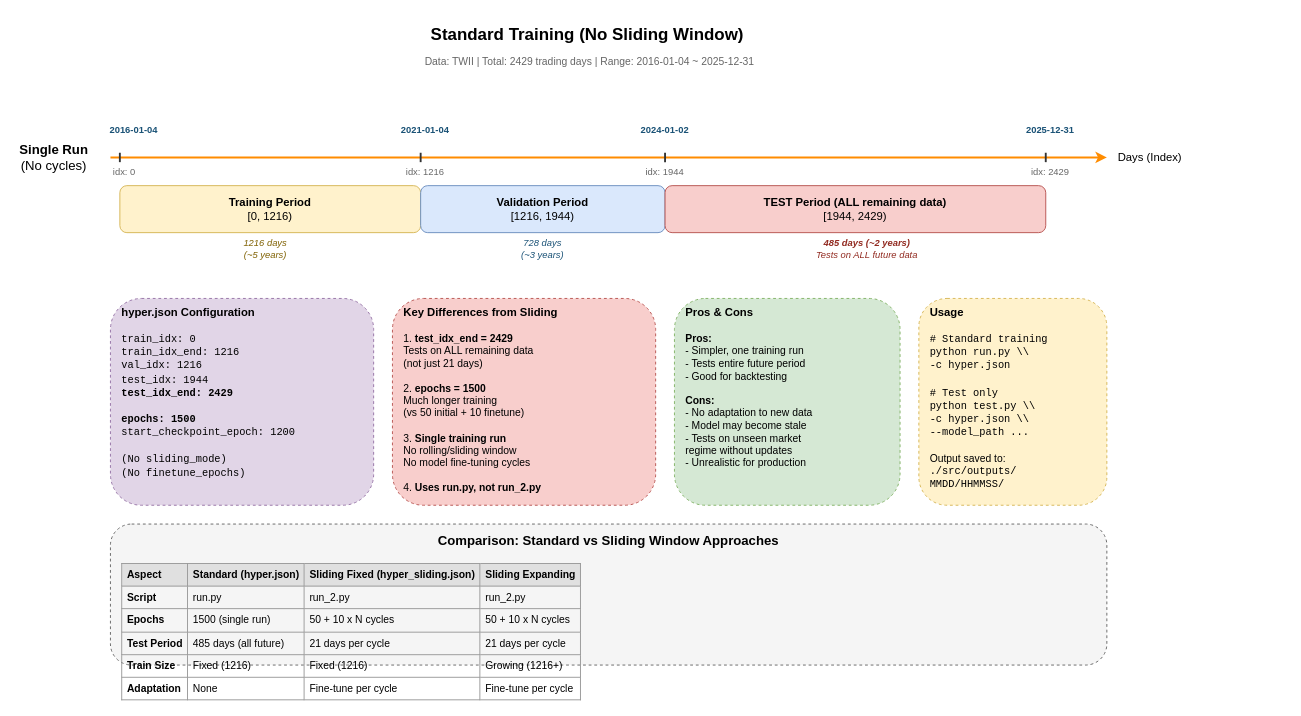
Above: page "3. No Sliding (hyper.json - Standard)" (3 of 3) of docs/sliding_window_modes.drawio in JunTingLin/DeepTrader (draw.io), before the change. Source tidied: cells renumbered, new cells numbered last; positions are measured from the earlier drawing's top-left corner, leaving out a move shared by most shapes. Both pictures are drawn from the tidied source at 94%, with x=0, y=0 at pixel (16, 16).
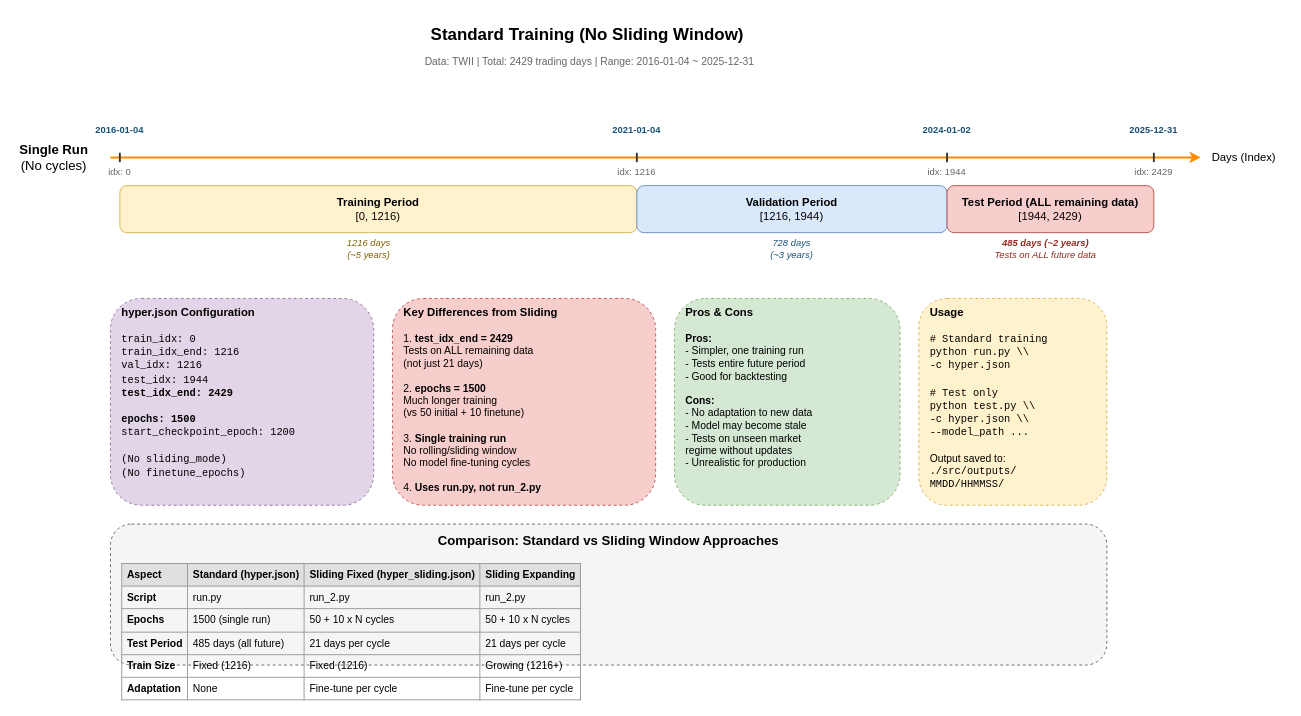
After the change.

Diff of the diagram source:
```diff
@@
     <mxCell id="5" style="endArrow=classic;html=1;strokeWidth=2;strokeColor=#FF8C00;" parent="1" edge="1">
       <mxGeometry relative="1" as="geometry">
         <mxPoint x="100" y="150" as="sourcePoint" />
-        <mxPoint x="1160" y="150" as="targetPoint" />
+        <mxPoint x="1260" y="150" as="targetPoint" />
       </mxGeometry>
     </mxCell>
     <mxCell id="6" value="Days (Index)" style="text;html=1;strokeColor=none;fillColor=none;align=left;verticalAlign=middle;whiteSpace=wrap;rounded=0;fontSize=12;" parent="1" vertex="1">
-      <mxGeometry x="1170" y="140" width="80" height="20" as="geometry" />
+      <mxGeometry x="1270" y="140" width="80" height="20" as="geometry" />
     </mxCell>
     <mxCell id="7" value="&lt;b&gt;2016-01-04&lt;/b&gt;" style="text;html=1;strokeColor=none;fillColor=none;align=center;verticalAlign=middle;whiteSpace=wrap;rounded=0;fontSize=10;fontColor=#1a5276;" parent="1" vertex="1">
-      <mxGeometry x="85" y="110" width="80" height="20" as="geometry" />
+      <mxGeometry x="70" y="110" width="80" height="20" as="geometry" />
     </mxCell>
     <mxCell id="8" value="&lt;b&gt;2021-01-04&lt;/b&gt;" style="text;html=1;strokeColor=none;fillColor=none;align=center;verticalAlign=middle;whiteSpace=wrap;rounded=0;fontSize=10;fontColor=#1a5276;" parent="1" vertex="1">
-      <mxGeometry x="395" y="110" width="80" height="20" as="geometry" />
+      <mxGeometry x="620" y="110" width="80" height="20" as="geometry" />
     </mxCell>
     <mxCell id="9" value="&lt;b&gt;2024-01-02&lt;/b&gt;" style="text;html=1;strokeColor=none;fillColor=none;align=center;verticalAlign=middle;whiteSpace=wrap;rounded=0;fontSize=10;fontColor=#1a5276;" parent="1" vertex="1">
-      <mxGeometry x="650" y="110" width="80" height="20" as="geometry" />
+      <mxGeometry x="950" y="110" width="80" height="20" as="geometry" />
     </mxCell>
     <mxCell id="10" value="&lt;b&gt;2025-12-31&lt;/b&gt;" style="text;html=1;strokeColor=none;fillColor=none;align=center;verticalAlign=middle;whiteSpace=wrap;rounded=0;fontSize=10;fontColor=#1a5276;" parent="1" vertex="1">
-      <mxGeometry x="1060" y="110" width="80" height="20" as="geometry" />
+      <mxGeometry x="1170" y="110" width="80" height="20" as="geometry" />
     </mxCell>
     <mxCell id="11" value="idx: 0" style="text;html=1;strokeColor=none;fillColor=none;align=center;verticalAlign=middle;whiteSpace=wrap;rounded=0;fontSize=10;fontColor=#666666;" parent="1" vertex="1">
-      <mxGeometry x="90" y="155" width="50" height="20" as="geometry" />
+      <mxGeometry x="85" y="155" width="50" height="20" as="geometry" />
     </mxCell>
     <mxCell id="12" value="idx: 1216" style="text;html=1;strokeColor=none;fillColor=none;align=center;verticalAlign=middle;whiteSpace=wrap;rounded=0;fontSize=10;fontColor=#666666;" parent="1" vertex="1">
-      <mxGeometry x="405" y="155" width="60" height="20" as="geometry" />
+      <mxGeometry x="630" y="155" width="60" height="20" as="geometry" />
     </mxCell>
     <mxCell id="13" value="idx: 1944" style="text;html=1;strokeColor=none;fillColor=none;align=center;verticalAlign=middle;whiteSpace=wrap;rounded=0;fontSize=10;fontColor=#666666;" parent="1" vertex="1">
-      <mxGeometry x="660" y="155" width="60" height="20" as="geometry" />
+      <mxGeometry x="960" y="155" width="60" height="20" as="geometry" />
     </mxCell>
     <mxCell id="14" value="idx: 2429" style="text;html=1;strokeColor=none;fillColor=none;align=center;verticalAlign=middle;whiteSpace=wrap;rounded=0;fontSize=10;fontColor=#666666;" parent="1" vertex="1">
-      <mxGeometry x="1070" y="155" width="60" height="20" as="geometry" />
+      <mxGeometry x="1180" y="155" width="60" height="20" as="geometry" />
     </mxCell>
@@
     <mxCell id="16" style="endArrow=none;html=1;strokeWidth=2;strokeColor=#333333;" parent="1" edge="1">
       <mxGeometry relative="1" as="geometry">
-        <mxPoint x="430" y="145" as="sourcePoint" />
-        <mxPoint x="430" y="155" as="targetPoint" />
+        <mxPoint x="660" y="145" as="sourcePoint" />
+        <mxPoint x="660" y="155" as="targetPoint" />
       </mxGeometry>
     </mxCell>
     <mxCell id="17" style="endArrow=none;html=1;strokeWidth=2;strokeColor=#333333;" parent="1" edge="1">
       <mxGeometry relative="1" as="geometry">
-        <mxPoint x="690" y="145" as="sourcePoint" />
-        <mxPoint x="690" y="155" as="targetPoint" />
+        <mxPoint x="990" y="145" as="sourcePoint" />
+        <mxPoint x="990" y="155" as="targetPoint" />
       </mxGeometry>
     </mxCell>
     <mxCell id="18" style="endArrow=none;html=1;strokeWidth=2;strokeColor=#333333;" parent="1" edge="1">
       <mxGeometry relative="1" as="geometry">
-        <mxPoint x="1095" y="145" as="sourcePoint" />
-        <mxPoint x="1095" y="155" as="targetPoint" />
+        <mxPoint x="1210" y="145" as="sourcePoint" />
+        <mxPoint x="1210" y="155" as="targetPoint" />
       </mxGeometry>
     </mxCell>
     <mxCell id="19" value="&lt;b&gt;Training Period&lt;/b&gt;&lt;br&gt;[0, 1216)" style="rounded=1;whiteSpace=wrap;html=1;fillColor=#fff2cc;strokeColor=#d6b656;fontSize=12;" parent="1" vertex="1">
-      <mxGeometry x="110" y="180" width="320" height="50" as="geometry" />
+      <mxGeometry x="110" y="180" width="550" height="50" as="geometry" />
     </mxCell>
     <mxCell id="20" value="&lt;b&gt;Validation Period&lt;/b&gt;&lt;br&gt;[1216, 1944)" style="rounded=1;whiteSpace=wrap;html=1;fillColor=#dae8fc;strokeColor=#6c8ebf;fontSize=12;" parent="1" vertex="1">
-      <mxGeometry x="430" y="180" width="260" height="50" as="geometry" />
+      <mxGeometry x="660" y="180" width="330" height="50" as="geometry" />
     </mxCell>
-    <mxCell id="21" value="&lt;b&gt;TEST Period (ALL remaining data)&lt;/b&gt;&lt;br&gt;[1944, 2429)" style="rounded=1;whiteSpace=wrap;html=1;fillColor=#f8cecc;strokeColor=#b85450;fontSize=12;" parent="1" vertex="1">
-      <mxGeometry x="690" y="180" width="405" height="50" as="geometry" />
+    <mxCell id="21" value="&lt;b&gt;Test Period (ALL remaining data)&lt;/b&gt;&lt;br&gt;[1944, 2429)" style="rounded=1;whiteSpace=wrap;html=1;fillColor=#f8cecc;strokeColor=#b85450;fontSize=12;" parent="1" vertex="1">
+      <mxGeometry x="990" y="180" width="220" height="50" as="geometry" />
     </mxCell>
     <mxCell id="22" value="&lt;i&gt;1216 days&lt;br&gt;(~5 years)&lt;/i&gt;" style="text;html=1;strokeColor=none;fillColor=none;align=center;verticalAlign=middle;whiteSpace=wrap;rounded=0;fontSize=10;fontColor=#7F6000;" parent="1" vertex="1">
-      <mxGeometry x="230" y="232" width="70" height="30" as="geometry" />
+      <mxGeometry x="340" y="232" width="70" height="30" as="geometry" />
     </mxCell>
     <mxCell id="23" value="&lt;i&gt;728 days&lt;br&gt;(~3 years)&lt;/i&gt;" style="text;html=1;strokeColor=none;fillColor=none;align=center;verticalAlign=middle;whiteSpace=wrap;rounded=0;fontSize=10;fontColor=#1A5276;" parent="1" vertex="1">
-      <mxGeometry x="525" y="232" width="70" height="30" as="geometry" />
+      <mxGeometry x="790" y="232" width="70" height="30" as="geometry" />
     </mxCell>
     <mxCell id="24" value="&lt;i&gt;&lt;b&gt;485 days (~2 years)&lt;/b&gt;&lt;br&gt;Tests on ALL future data&lt;/i&gt;" style="text;html=1;strokeColor=none;fillColor=none;align=center;verticalAlign=middle;whiteSpace=wrap;rounded=0;fontSize=10;fontColor=#922B21;" parent="1" vertex="1">
-      <mxGeometry x="840" y="232" width="130" height="30" as="geometry" />
+      <mxGeometry x="1030" y="232" width="130" height="30" as="geometry" />
     </mxCell>
```
